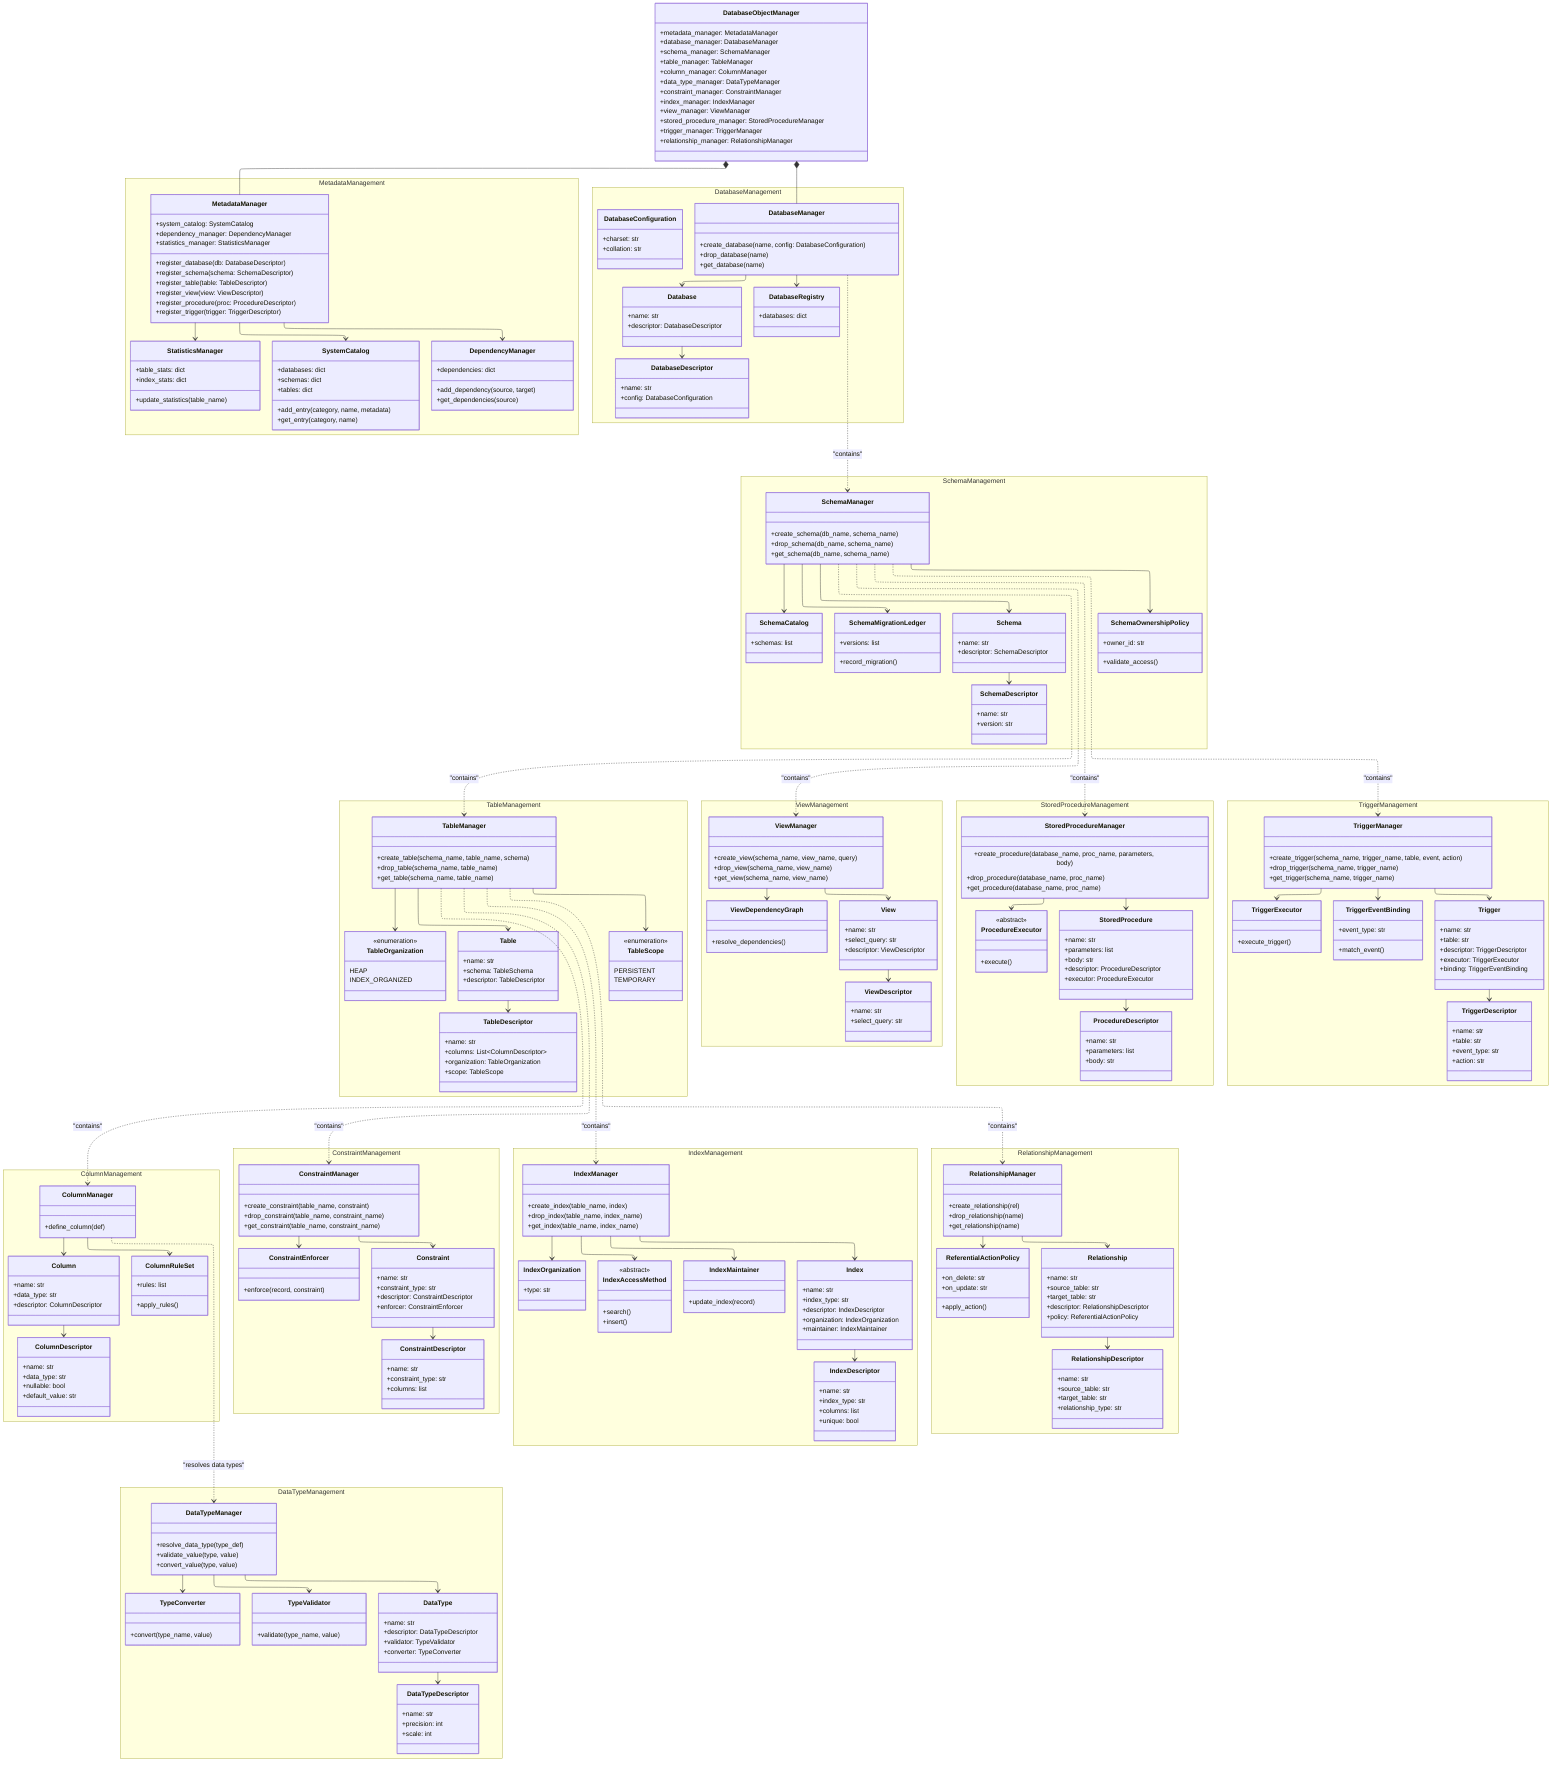
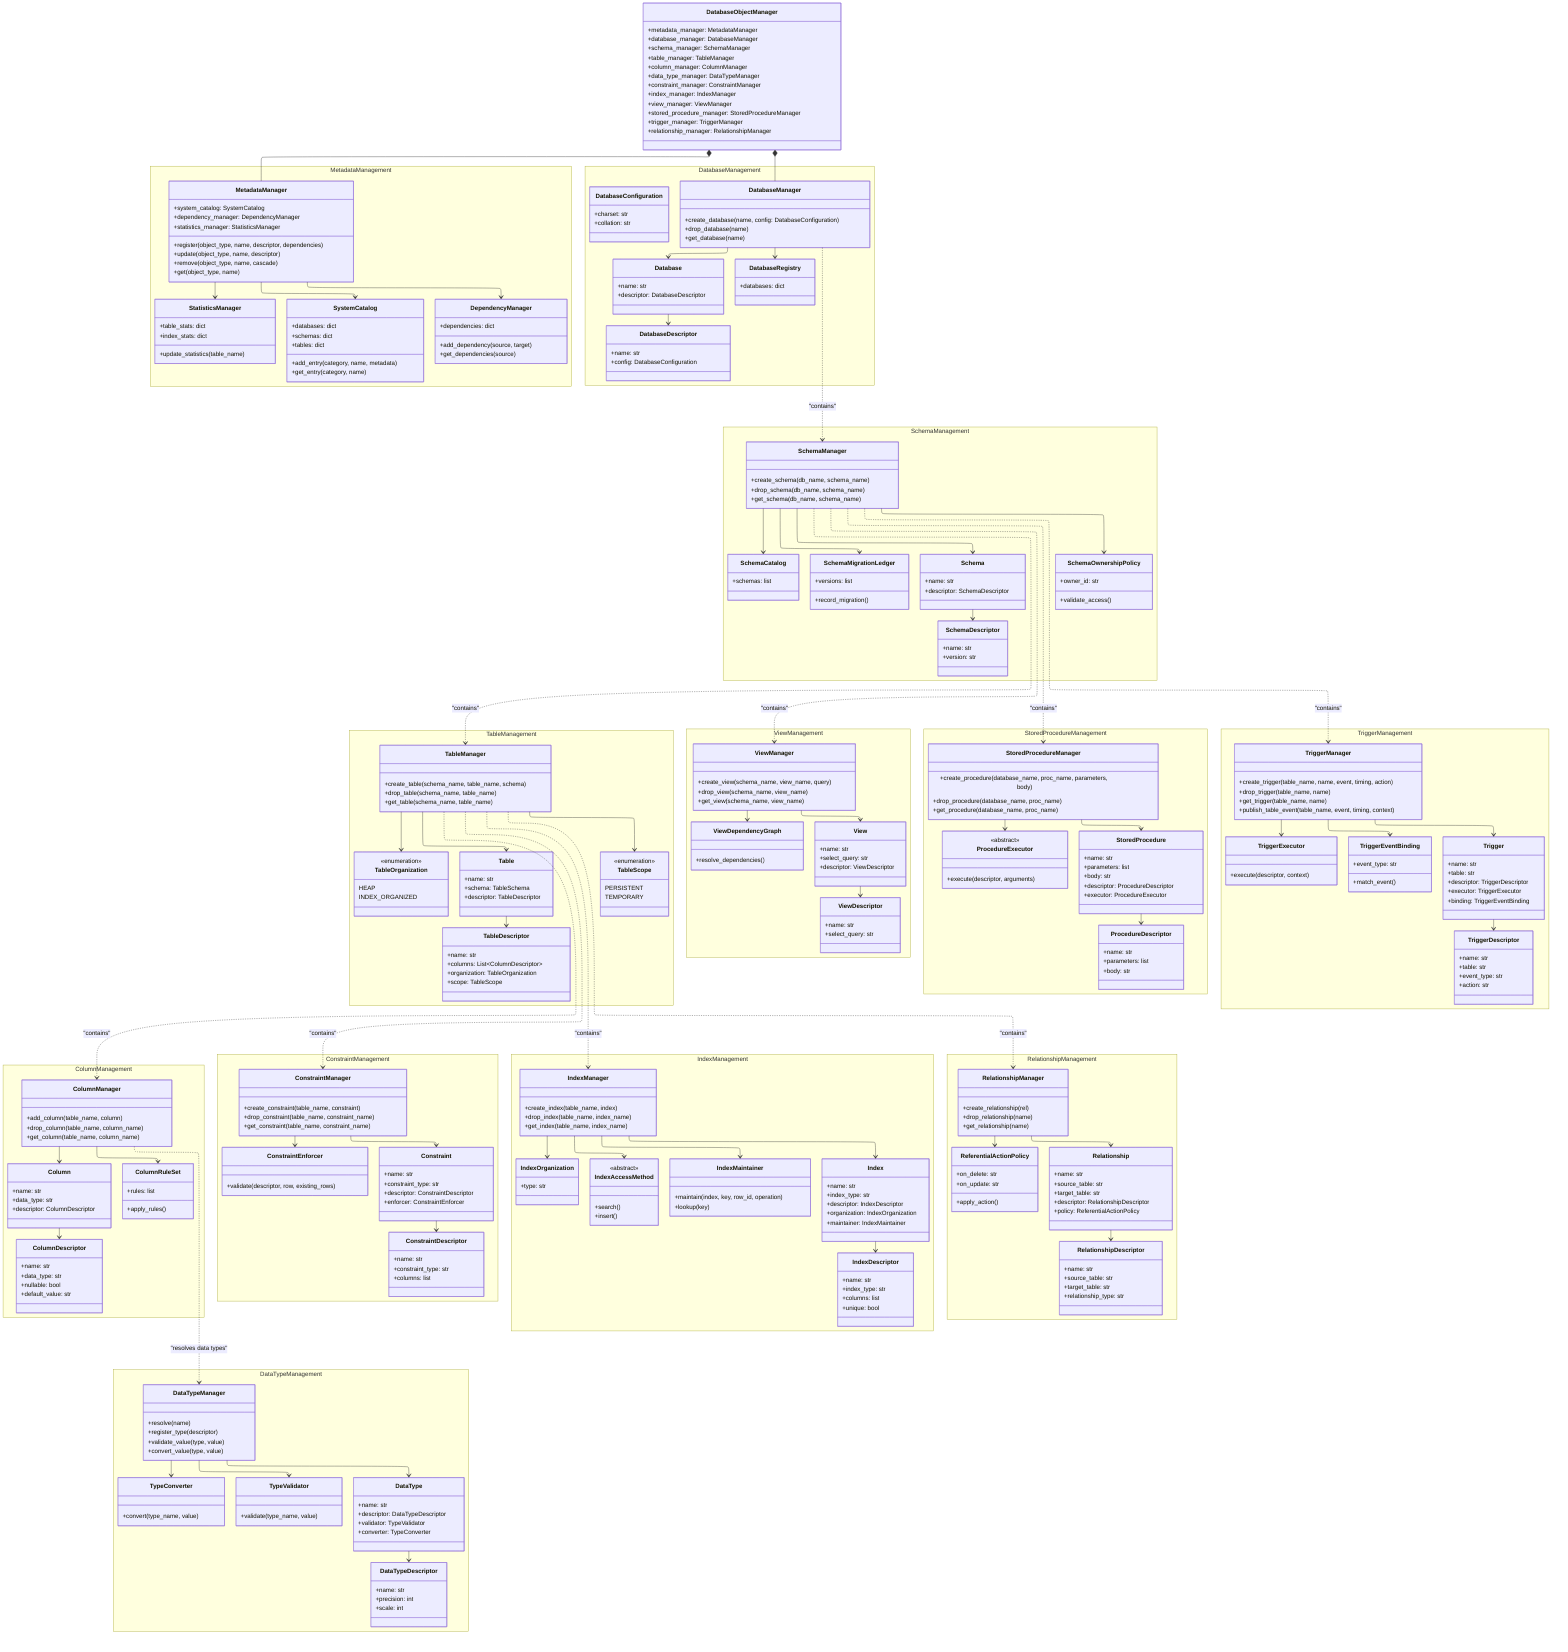
---
config:
  layout: elk
---
classDiagram
direction TB

class DatabaseObjectManager {
    +metadata_manager: MetadataManager
    +database_manager: DatabaseManager
    +schema_manager: SchemaManager
    +table_manager: TableManager
    +column_manager: ColumnManager
    +data_type_manager: DataTypeManager
    +constraint_manager: ConstraintManager
    +index_manager: IndexManager
    +view_manager: ViewManager
    +stored_procedure_manager: StoredProcedureManager
    +trigger_manager: TriggerManager
    +relationship_manager: RelationshipManager
}

namespace MetadataManagement {
    class MetadataManager {
        +system_catalog: SystemCatalog
        +dependency_manager: DependencyManager
        +statistics_manager: StatisticsManager
-         +register_database(db: DatabaseDescriptor)
-         +register_schema(schema: SchemaDescriptor)
-         +register_table(table: TableDescriptor)
-         +register_view(view: ViewDescriptor)
-         +register_procedure(proc: ProcedureDescriptor)
-         +register_trigger(trigger: TriggerDescriptor)
+         +register(object_type, name, descriptor, dependencies)
+         +update(object_type, name, descriptor)
+         +remove(object_type, name, cascade)
+         +get(object_type, name)
    }

    class SystemCatalog {
        +databases: dict
        +schemas: dict
        +tables: dict
        +add_entry(category, name, metadata)
        +get_entry(category, name)
    }

    class DependencyManager {
        +dependencies: dict
        +add_dependency(source, target)
        +get_dependencies(source)
    }

    class StatisticsManager {
        +table_stats: dict
        +index_stats: dict
        +update_statistics(table_name)
    }
}

namespace DatabaseManagement {
    class DatabaseManager {
        +create_database(name, config: DatabaseConfiguration)
        +drop_database(name)
        +get_database(name)
    }
    class Database {
        +name: str
        +descriptor: DatabaseDescriptor
    }
    class DatabaseDescriptor {
        +name: str
        +config: DatabaseConfiguration
    }
    class DatabaseConfiguration {
        +charset: str
        +collation: str
    }
    class DatabaseRegistry {
        +databases: dict
    }
}

namespace SchemaManagement {
    class SchemaManager {
        +create_schema(db_name, schema_name)
        +drop_schema(db_name, schema_name)
        +get_schema(db_name, schema_name)
    }
    class Schema {
        +name: str
        +descriptor: SchemaDescriptor
    }
    class SchemaDescriptor {
        +name: str
        +version: str
    }
    class SchemaCatalog {
        +schemas: list
    }
    class SchemaOwnershipPolicy {
        +owner_id: str
        +validate_access()
    }
    class SchemaMigrationLedger {
        +versions: list
        +record_migration()
    }
}

namespace TableManagement {
    class TableManager {
        +create_table(schema_name, table_name, schema)
        +drop_table(schema_name, table_name)
        +get_table(schema_name, table_name)
    }
    class Table {
        +name: str
        +schema: TableSchema
        +descriptor: TableDescriptor
    }
    class TableDescriptor {
        +name: str
        +columns: List~ColumnDescriptor~
        +organization: TableOrganization
        +scope: TableScope
    }
    class TableOrganization {
        <<enumeration>>
        HEAP
        INDEX_ORGANIZED
    }
    class TableScope {
        <<enumeration>>
        PERSISTENT
        TEMPORARY
    }
}

namespace ColumnManagement {
    class ColumnManager {
-         +define_column(def)
+         +add_column(table_name, column)
+         +drop_column(table_name, column_name)
+         +get_column(table_name, column_name)
    }
    class Column {
        +name: str
        +data_type: str
        +descriptor: ColumnDescriptor
    }
    class ColumnDescriptor {
        +name: str
        +data_type: str
        +nullable: bool
        +default_value: str
    }
    class ColumnRuleSet {
        +rules: list
        +apply_rules()
    }
}

namespace DataTypeManagement {
    class DataTypeManager {
-         +resolve_data_type(type_def)
+         +resolve(name)
+         +register_type(descriptor)
        +validate_value(type, value)
        +convert_value(type, value)
    }
    class DataType {
        +name: str
        +descriptor: DataTypeDescriptor
        +validator: TypeValidator
        +converter: TypeConverter
    }
    class TypeValidator {
        +validate(type_name, value)
    }
    class TypeConverter {
        +convert(type_name, value)
    }
    class DataTypeDescriptor {
        +name: str
        +precision: int
        +scale: int
    }
}

namespace ConstraintManagement {
    class ConstraintManager {
        +create_constraint(table_name, constraint)
        +drop_constraint(table_name, constraint_name)
        +get_constraint(table_name, constraint_name)
    }
    class Constraint {
        +name: str
        +constraint_type: str
        +descriptor: ConstraintDescriptor
        +enforcer: ConstraintEnforcer
    }
    class ConstraintDescriptor {
        +name: str
        +constraint_type: str
        +columns: list
    }
    class ConstraintEnforcer {
-         +enforce(record, constraint)
+         +validate(descriptor, row, existing_rows)
    }
}

namespace IndexManagement {
    class IndexManager {
        +create_index(table_name, index)
        +drop_index(table_name, index_name)
        +get_index(table_name, index_name)
    }
    class Index {
        +name: str
        +index_type: str
        +descriptor: IndexDescriptor
        +organization: IndexOrganization
        +maintainer: IndexMaintainer
    }
    class IndexDescriptor {
        +name: str
        +index_type: str
        +columns: list
        +unique: bool
    }
    class IndexAccessMethod {
        <<abstract>>
        +search()
        +insert()
    }
    class IndexOrganization {
        +type: str
    }
    class IndexMaintainer {
-         +update_index(record)
+         +maintain(index, key, row_id, operation)
+         +lookup(key)
    }
}

namespace ViewManagement {
    class ViewManager {
        +create_view(schema_name, view_name, query)
        +drop_view(schema_name, view_name)
        +get_view(schema_name, view_name)
    }
    class View {
        +name: str
        +select_query: str
        +descriptor: ViewDescriptor
    }
    class ViewDescriptor {
        +name: str
        +select_query: str
    }
    class ViewDependencyGraph {
        +resolve_dependencies()
    }
}

namespace StoredProcedureManagement {
    class StoredProcedureManager {
        +create_procedure(database_name, proc_name, parameters, body)
        +drop_procedure(database_name, proc_name)
        +get_procedure(database_name, proc_name)
    }
    class StoredProcedure {
        +name: str
        +parameters: list
        +body: str
        +descriptor: ProcedureDescriptor
        +executor: ProcedureExecutor
    }
    class ProcedureDescriptor {
        +name: str
        +parameters: list
        +body: str
    }
    class ProcedureExecutor {
        <<abstract>>
-         +execute()
+         +execute(descriptor, arguments)
    }
}

namespace TriggerManagement {
    class TriggerManager {
-         +create_trigger(schema_name, trigger_name, table, event, action)
-         +drop_trigger(schema_name, trigger_name)
-         +get_trigger(schema_name, trigger_name)
+         +create_trigger(table_name, name, event, timing, action)
+         +drop_trigger(table_name, name)
+         +get_trigger(table_name, name)
+         +publish_table_event(table_name, event, timing, context)
    }
    class Trigger {
        +name: str
        +table: str
        +descriptor: TriggerDescriptor
        +executor: TriggerExecutor
        +binding: TriggerEventBinding
    }
    class TriggerDescriptor {
        +name: str
        +table: str
        +event_type: str
        +action: str
    }
    class TriggerEventBinding {
        +event_type: str
        +match_event()
    }
    class TriggerExecutor {
-         +execute_trigger()
+         +execute(descriptor, context)
    }
}

namespace RelationshipManagement {
    class RelationshipManager {
        +create_relationship(rel)
        +drop_relationship(name)
        +get_relationship(name)
    }
    class Relationship {
        +name: str
        +source_table: str
        +target_table: str
        +descriptor: RelationshipDescriptor
        +policy: ReferentialActionPolicy
    }
    class RelationshipDescriptor {
        +name: str
        +source_table: str
        +target_table: str
        +relationship_type: str
    }
    class ReferentialActionPolicy {
        +on_delete: str
        +on_update: str
        +apply_action()
    }
}

DatabaseManager --> Database
Database --> DatabaseDescriptor
DatabaseManager --> DatabaseRegistry

SchemaManager --> Schema
Schema --> SchemaDescriptor
SchemaManager --> SchemaCatalog
SchemaManager --> SchemaOwnershipPolicy
SchemaManager --> SchemaMigrationLedger

TableManager --> Table
Table --> TableDescriptor
TableManager --> TableOrganization
TableManager --> TableScope

ColumnManager --> Column
Column --> ColumnDescriptor
ColumnManager --> ColumnRuleSet

DataTypeManager --> DataType
DataType --> DataTypeDescriptor
DataTypeManager --> TypeValidator
DataTypeManager --> TypeConverter

ConstraintManager --> Constraint
Constraint --> ConstraintDescriptor
ConstraintManager --> ConstraintEnforcer

IndexManager --> Index
Index --> IndexDescriptor
IndexManager --> IndexAccessMethod
IndexManager --> IndexOrganization
IndexManager --> IndexMaintainer

ViewManager --> View
View --> ViewDescriptor
ViewManager --> ViewDependencyGraph

StoredProcedureManager --> StoredProcedure
StoredProcedure --> ProcedureDescriptor
StoredProcedureManager --> ProcedureExecutor

TriggerManager --> Trigger
Trigger --> TriggerDescriptor
TriggerManager --> TriggerEventBinding
TriggerManager --> TriggerExecutor

RelationshipManager --> Relationship
Relationship --> RelationshipDescriptor
RelationshipManager --> ReferentialActionPolicy

MetadataManager --> SystemCatalog
MetadataManager --> DependencyManager
MetadataManager --> StatisticsManager

DatabaseObjectManager *-- MetadataManager
DatabaseObjectManager *-- DatabaseManager

DatabaseManager ..> SchemaManager : "contains"
SchemaManager ..> TableManager : "contains"
SchemaManager ..> ViewManager : "contains"
SchemaManager ..> StoredProcedureManager : "contains"
SchemaManager ..> TriggerManager : "contains"

TableManager ..> ColumnManager : "contains"
TableManager ..> ConstraintManager : "contains"
TableManager ..> IndexManager : "contains"
TableManager ..> RelationshipManager : "contains"

ColumnManager ..> DataTypeManager : "resolves data types"
